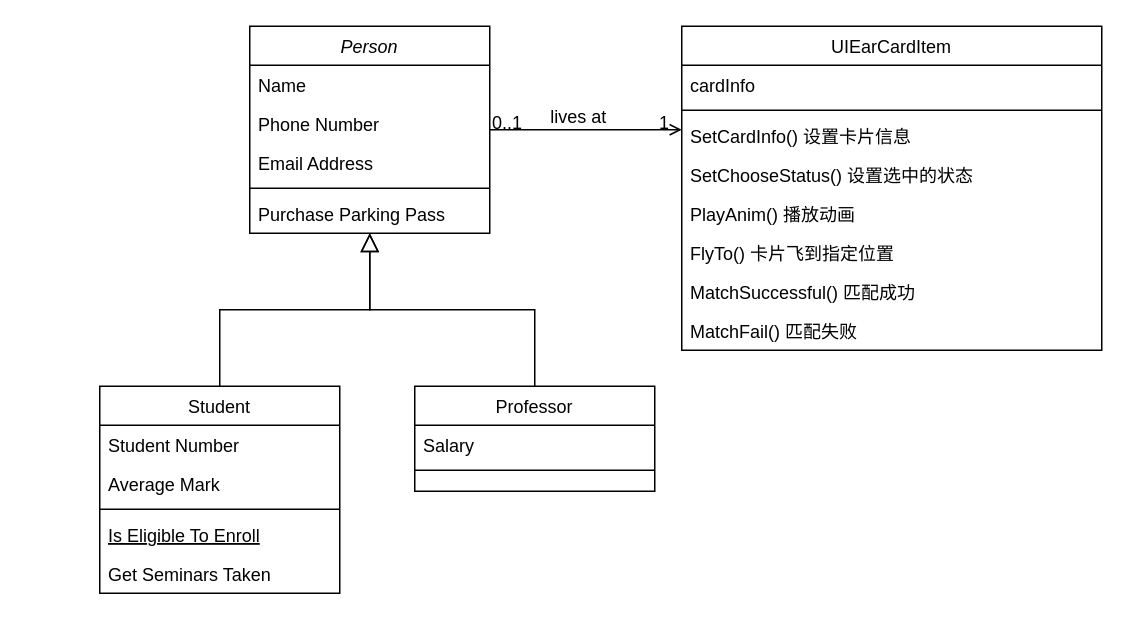
Earlier version of the draw.io diagram Untitled Diagram.drawio (NicoleXiao/Draw). Source tidied: cells renumbered, new cells numbered last; positions are measured from the earlier drawing's top-left corner, leaving out a move shared by most shapes. Both pictures are drawn from the tidied source at 150%, with x=0, y=0 at pixel (99, 26).
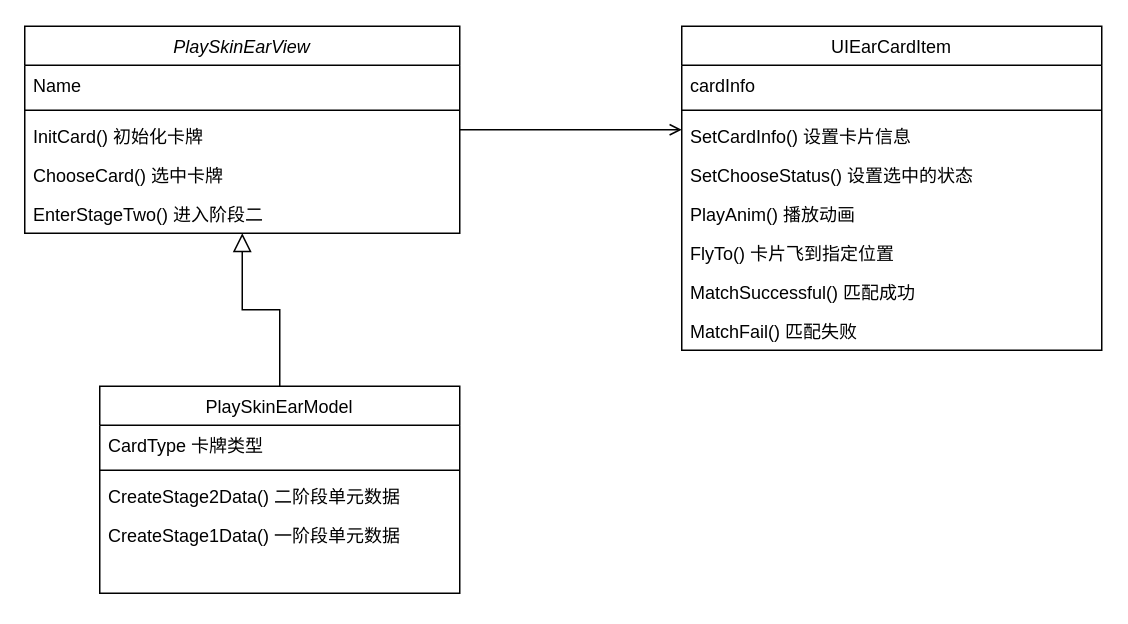
Above is the later version.

The change refers to these unchanged cells:
```xml
<mxCell id="28" style="endArrow=open;shadow=0;strokeWidth=1;rounded=0;endFill=1;edgeStyle=elbowEdgeStyle;elbow=vertical;" parent="1" edge="1" source="2" target="19">
  <mxGeometry x="0.5" y="41" relative="1" as="geometry">
    <mxPoint x="-40" y="32" as="offset" />
  </mxGeometry>
</mxCell>
```

What changed in the source:
```diff
@@
-    <mxCell id="2" value="Person" style="swimlane;fontStyle=2;align=center;verticalAlign=top;horizontal=1;startSize=26;rounded=0;shadow=0;strokeWidth=1;" parent="1" vertex="1">
-      <mxGeometry x="100" width="160" height="138" as="geometry" />
+    <mxCell id="2" value="PlaySkinEarView" style="swimlane;fontStyle=2;align=center;verticalAlign=top;horizontal=1;startSize=26;rounded=0;shadow=0;strokeWidth=1;" parent="1" vertex="1">
+      <mxGeometry x="-50" width="290" height="138" as="geometry" />
     </mxCell>
     <mxCell id="3" value="Name" style="text;align=left;verticalAlign=top;spacingLeft=4;spacingRight=4;overflow=hidden;" parent="2" vertex="1">
-      <mxGeometry y="26" width="160" height="26" as="geometry" />
+      <mxGeometry y="26" width="290" height="26" as="geometry" />
     </mxCell>
-    <mxCell id="4" value="Phone Number" style="text;align=left;verticalAlign=top;spacingLeft=4;spacingRight=4;overflow=hidden;rounded=0;shadow=0;html=0;" parent="2" vertex="1">
-      <mxGeometry y="52" width="160" height="26" as="geometry" />
-    </mxCell>
-    <mxCell id="5" value="Email Address" style="text;align=left;verticalAlign=top;spacingLeft=4;spacingRight=4;overflow=hidden;rounded=0;shadow=0;html=0;" parent="2" vertex="1">
-      <mxGeometry y="78" width="160" height="26" as="geometry" />
-    </mxCell>
     <mxCell id="6" style="line;html=1;strokeWidth=1;align=left;verticalAlign=middle;spacingTop=-1;spacingLeft=3;spacingRight=3;labelPosition=right;" parent="2" vertex="1">
-      <mxGeometry y="104" width="160" height="8" as="geometry" />
+      <mxGeometry y="52" width="290" height="8" as="geometry" />
     </mxCell>
+    <mxCell id="32" value="InitCard() 初始化卡牌" style="text;align=left;verticalAlign=top;spacingLeft=4;spacingRight=4;overflow=hidden;" parent="2" vertex="1">
+      <mxGeometry y="60" width="290" height="26" as="geometry" />
+    </mxCell>
+    <mxCell id="33" value="ChooseCard() 选中卡牌" style="text;align=left;verticalAlign=top;spacingLeft=4;spacingRight=4;overflow=hidden;" parent="2" vertex="1">
+      <mxGeometry y="86" width="290" height="26" as="geometry" />
+    </mxCell>
-    <mxCell id="7" value="Purchase Parking Pass" style="text;align=left;verticalAlign=top;spacingLeft=4;spacingRight=4;overflow=hidden;" parent="2" vertex="1">
-      <mxGeometry y="112" width="160" height="26" as="geometry" />
+    <mxCell id="7" value="EnterStageTwo() 进入阶段二" style="text;align=left;verticalAlign=top;spacingLeft=4;spacingRight=4;overflow=hidden;" parent="2" vertex="1">
+      <mxGeometry y="112" width="290" height="26" as="geometry" />
     </mxCell>
-    <mxCell id="8" value="Student" style="swimlane;fontStyle=0;align=center;verticalAlign=top;horizontal=1;startSize=26;rounded=0;shadow=0;strokeWidth=1;" parent="1" vertex="1">
-      <mxGeometry y="240" width="160" height="138" as="geometry" />
+    <mxCell id="8" value="PlaySkinEarModel" style="swimlane;fontStyle=0;align=center;verticalAlign=top;horizontal=1;startSize=26;rounded=0;shadow=0;strokeWidth=1;" parent="1" vertex="1">
+      <mxGeometry y="240" width="240" height="138" as="geometry" />
     </mxCell>
-    <mxCell id="9" value="Student Number" style="text;align=left;verticalAlign=top;spacingLeft=4;spacingRight=4;overflow=hidden;" parent="8" vertex="1">
-      <mxGeometry y="26" width="160" height="26" as="geometry" />
+    <mxCell id="9" value="CardType 卡牌类型" style="text;align=left;verticalAlign=top;spacingLeft=4;spacingRight=4;overflow=hidden;" parent="8" vertex="1">
+      <mxGeometry y="26" width="240" height="26" as="geometry" />
     </mxCell>
-    <mxCell id="10" value="Average Mark" style="text;align=left;verticalAlign=top;spacingLeft=4;spacingRight=4;overflow=hidden;rounded=0;shadow=0;html=0;" parent="8" vertex="1">
-      <mxGeometry y="52" width="160" height="26" as="geometry" />
-    </mxCell>
     <mxCell id="11" style="line;html=1;strokeWidth=1;align=left;verticalAlign=middle;spacingTop=-1;spacingLeft=3;spacingRight=3;labelPosition=right;" parent="8" vertex="1">
-      <mxGeometry y="78" width="160" height="8" as="geometry" />
+      <mxGeometry y="52" width="240" height="8" as="geometry" />
     </mxCell>
+    <mxCell id="34" value="CreateStage2Data() 二阶段单元数据" style="text;align=left;verticalAlign=top;spacingLeft=4;spacingRight=4;overflow=hidden;fontStyle=0;" parent="8" vertex="1">
+      <mxGeometry y="60" width="240" height="26" as="geometry" />
+    </mxCell>
-    <mxCell id="12" value="Is Eligible To Enroll" style="text;align=left;verticalAlign=top;spacingLeft=4;spacingRight=4;overflow=hidden;fontStyle=4;" parent="8" vertex="1">
-      <mxGeometry y="86" width="160" height="26" as="geometry" />
+    <mxCell id="12" value="CreateStage1Data() 一阶段单元数据" style="text;align=left;verticalAlign=top;spacingLeft=4;spacingRight=4;overflow=hidden;fontStyle=0;" parent="8" vertex="1">
+      <mxGeometry y="86" width="240" height="26" as="geometry" />
     </mxCell>
-    <mxCell id="13" value="Get Seminars Taken" style="text;align=left;verticalAlign=top;spacingLeft=4;spacingRight=4;overflow=hidden;" parent="8" vertex="1">
-      <mxGeometry y="112" width="160" height="26" as="geometry" />
-    </mxCell>
@@
-    <mxCell id="15" value="Professor" style="swimlane;fontStyle=0;align=center;verticalAlign=top;horizontal=1;startSize=26;rounded=0;shadow=0;strokeWidth=1;" parent="1" vertex="1">
-      <mxGeometry x="210" y="240" width="160" height="70" as="geometry" />
-    </mxCell>
-    <mxCell id="16" value="Salary" style="text;align=left;verticalAlign=top;spacingLeft=4;spacingRight=4;overflow=hidden;" parent="15" vertex="1">
-      <mxGeometry y="26" width="160" height="26" as="geometry" />
-    </mxCell>
-    <mxCell id="17" style="line;html=1;strokeWidth=1;align=left;verticalAlign=middle;spacingTop=-1;spacingLeft=3;spacingRight=3;labelPosition=right;" parent="15" vertex="1">
-      <mxGeometry y="52" width="160" height="8" as="geometry" />
-    </mxCell>
-    <mxCell id="18" style="endArrow=block;endSize=10;endFill=0;shadow=0;strokeWidth=1;rounded=0;edgeStyle=elbowEdgeStyle;elbow=vertical;" parent="1" edge="1" source="15" target="2">
-      <mxGeometry relative="1" as="geometry" />
-    </mxCell>
@@
-    <mxCell id="29" value="0..1" style="align=left;verticalAlign=bottom;labelBackgroundColor=none;fontSize=12;" parent="28" vertex="1">
-      <mxGeometry x="-1" relative="1" as="geometry">
-        <mxPoint y="4" as="offset" />
-      </mxGeometry>
-    </mxCell>
-    <mxCell id="30" value="1" style="align=right;verticalAlign=bottom;labelBackgroundColor=none;fontSize=12;" parent="28" vertex="1">
-      <mxGeometry x="1" relative="1" as="geometry">
-        <mxPoint x="-7" y="4" as="offset" />
-      </mxGeometry>
-    </mxCell>
-    <mxCell id="31" value="lives at" style="text;html=1;align=center;verticalAlign=middle;labelBackgroundColor=none;rounded=0;shadow=0;strokeWidth=1;fontSize=12;" parent="28" vertex="1">
-      <mxGeometry x="0.5" y="49" relative="1" as="geometry">
-        <mxPoint x="-38" y="40" as="offset" />
-      </mxGeometry>
-    </mxCell>
```
